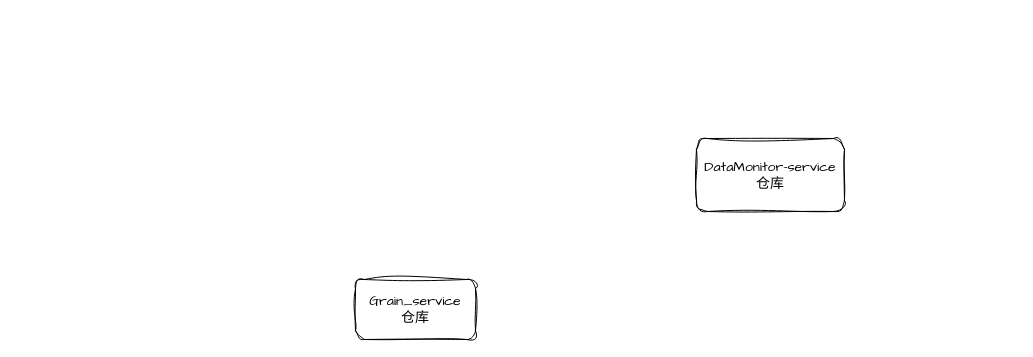
Earlier version of the draw.io diagram drawio_folder/后端与算法对接.drawio (jinxianwei/drawio). Source tidied: cells renumbered, new cells numbered last; positions are measured from the earlier drawing's top-left corner, leaving out a move shared by most shapes. Both pictures are drawn from the tidied source at 100%, with x=0, y=0 at pixel (355, 138).
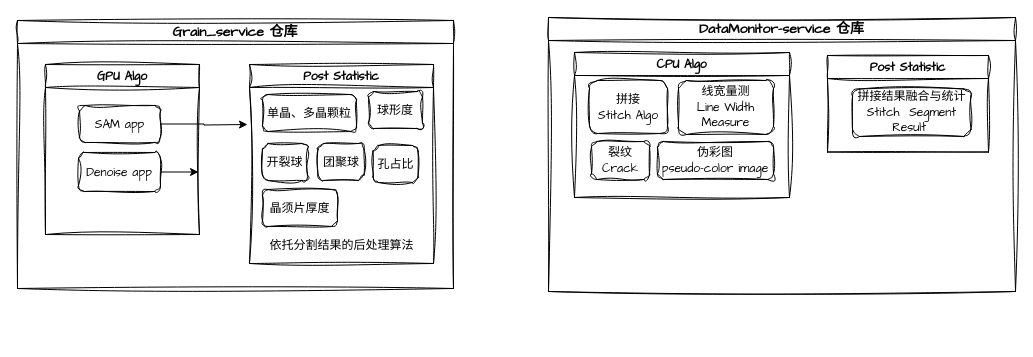
The same page after the edit.

Commit message:
更新后端与算法对接.drawio

Change to the diagram source:
```diff
@@
-    <mxCell id="2" value="&lt;font face=&quot;Comic Sans MS&quot; style=&quot;font-size: 14px;&quot;&gt;Grain_service&lt;/font&gt;&lt;div&gt;&lt;font face=&quot;Comic Sans MS&quot; style=&quot;font-size: 14px;&quot;&gt;仓库&lt;/font&gt;&lt;/div&gt;" style="rounded=1;whiteSpace=wrap;html=1;sketch=1;curveFitting=1;jiggle=2;" parent="1" vertex="1">
-      <mxGeometry y="141" width="120" height="60" as="geometry" />
+    <mxCell id="2" value="&lt;font face=&quot;Comic Sans MS&quot; style=&quot;font-size: 14px;&quot;&gt;Grain_service 仓库&lt;/font&gt;" style="swimlane;whiteSpace=wrap;html=1;sketch=1;curveFitting=1;jiggle=2;" parent="1" vertex="1">
+      <mxGeometry x="-338" y="-118" width="436" height="268" as="geometry" />
     </mxCell>
+    <mxCell id="4" value="&lt;font face=&quot;Comic Sans MS&quot;&gt;GPU Algo&lt;/font&gt;" style="swimlane;whiteSpace=wrap;html=1;sketch=1;curveFitting=1;jiggle=2;" parent="2" vertex="1">
+      <mxGeometry x="28" y="44" width="154" height="170" as="geometry" />
+    </mxCell>
+    <mxCell id="5" style="edgeStyle=orthogonalEdgeStyle;rounded=0;jettySize=auto;html=1;exitX=1;exitY=0.5;exitDx=0;exitDy=0;" parent="4" edge="1" source="6">
+      <mxGeometry relative="1" as="geometry">
+        <mxPoint x="202" y="60" as="targetPoint" />
+      </mxGeometry>
+    </mxCell>
+    <mxCell id="6" value="&lt;font face=&quot;Comic Sans MS&quot;&gt;SAM app&lt;/font&gt;" style="rounded=1;whiteSpace=wrap;html=1;sketch=1;curveFitting=1;jiggle=2;" parent="4" vertex="1">
+      <mxGeometry x="34" y="41" width="81" height="37" as="geometry" />
+    </mxCell>
+    <mxCell id="7" style="edgeStyle=orthogonalEdgeStyle;rounded=0;jettySize=auto;html=1;exitX=1;exitY=0.5;exitDx=0;exitDy=0;" parent="4" edge="1" source="8">
+      <mxGeometry relative="1" as="geometry">
+        <mxPoint x="153" y="108" as="targetPoint" />
+      </mxGeometry>
+    </mxCell>
+    <mxCell id="8" value="&lt;font face=&quot;Comic Sans MS&quot;&gt;Denoise app&lt;/font&gt;" style="rounded=1;whiteSpace=wrap;html=1;sketch=1;curveFitting=1;jiggle=2;" parent="4" vertex="1">
+      <mxGeometry x="33" y="88" width="82" height="39" as="geometry" />
+    </mxCell>
+    <mxCell id="9" value="&lt;font face=&quot;Comic Sans MS&quot;&gt;Post Statistic&lt;/font&gt;" style="swimlane;whiteSpace=wrap;html=1;sketch=1;curveFitting=1;jiggle=2;" parent="2" vertex="1">
+      <mxGeometry x="232" y="44" width="184" height="199" as="geometry" />
+    </mxCell>
+    <mxCell id="10" value="单晶、多晶颗粒" style="rounded=1;whiteSpace=wrap;html=1;sketch=1;curveFitting=1;jiggle=2;" parent="9" vertex="1">
+      <mxGeometry x="13" y="30" width="94" height="37" as="geometry" />
+    </mxCell>
+    <mxCell id="11" value="球形度" style="rounded=1;whiteSpace=wrap;html=1;sketch=1;curveFitting=1;jiggle=2;" parent="9" vertex="1">
+      <mxGeometry x="119" y="27" width="54" height="37" as="geometry" />
+    </mxCell>
+    <mxCell id="12" value="开裂球" style="rounded=1;whiteSpace=wrap;html=1;sketch=1;curveFitting=1;jiggle=2;" parent="9" vertex="1">
+      <mxGeometry x="13" y="79" width="45" height="37" as="geometry" />
+    </mxCell>
+    <mxCell id="13" value="团聚球" style="rounded=1;whiteSpace=wrap;html=1;sketch=1;curveFitting=1;jiggle=2;" parent="9" vertex="1">
+      <mxGeometry x="68.5" y="79" width="46" height="37" as="geometry" />
+    </mxCell>
+    <mxCell id="14" value="孔占比" style="rounded=1;whiteSpace=wrap;html=1;sketch=1;curveFitting=1;jiggle=2;" parent="9" vertex="1">
+      <mxGeometry x="123.5" y="81" width="45" height="37" as="geometry" />
+    </mxCell>
+    <mxCell id="15" value="晶须片厚度" style="rounded=1;whiteSpace=wrap;html=1;sketch=1;curveFitting=1;jiggle=2;" parent="9" vertex="1">
+      <mxGeometry x="13" y="125" width="75" height="37" as="geometry" />
+    </mxCell>
+    <mxCell id="16" value="依托分割结果的后处理算法" style="text;html=1;whiteSpace=wrap;strokeColor=none;fillColor=none;align=center;verticalAlign=middle;rounded=0;" parent="9" vertex="1">
+      <mxGeometry x="12" y="166" width="161" height="30" as="geometry" />
+    </mxCell>
-    <mxCell id="3" value="&lt;font face=&quot;Comic Sans MS&quot;&gt;&lt;span style=&quot;font-size: 14px;&quot;&gt;DataMonitor-service&lt;/span&gt;&lt;/font&gt;&lt;br&gt;&lt;div&gt;&lt;font face=&quot;Comic Sans MS&quot; style=&quot;font-size: 14px;&quot;&gt;仓库&lt;/font&gt;&lt;/div&gt;" style="rounded=1;whiteSpace=wrap;html=1;sketch=1;curveFitting=1;jiggle=2;" parent="1" vertex="1">
-      <mxGeometry x="341" width="148" height="73" as="geometry" />
+    <mxCell id="3" value="&lt;font face=&quot;Comic Sans MS&quot; style=&quot;&quot;&gt;&lt;span style=&quot;font-size: 14px;&quot;&gt;DataMonitor-service&amp;nbsp;仓库&lt;/span&gt;&lt;/font&gt;" style="swimlane;whiteSpace=wrap;html=1;sketch=1;curveFitting=1;jiggle=2;" parent="1" vertex="1">
+      <mxGeometry x="193" y="-121" width="467" height="274" as="geometry" />
     </mxCell>
+    <mxCell id="17" value="&lt;font face=&quot;Comic Sans MS&quot;&gt;CPU Algo&lt;/font&gt;" style="swimlane;whiteSpace=wrap;html=1;sketch=1;curveFitting=1;jiggle=2;" parent="3" vertex="1">
+      <mxGeometry x="26" y="35" width="215" height="145" as="geometry" />
+    </mxCell>
+    <mxCell id="18" value="&lt;div&gt;&lt;font face=&quot;Comic Sans MS&quot;&gt;拼接&lt;/font&gt;&lt;/div&gt;&lt;font face=&quot;Comic Sans MS&quot;&gt;Stitch Algo&lt;/font&gt;" style="rounded=1;whiteSpace=wrap;html=1;sketch=1;curveFitting=1;jiggle=2;" parent="17" vertex="1">
+      <mxGeometry x="15" y="28" width="78" height="53" as="geometry" />
+    </mxCell>
+    <mxCell id="19" value="&lt;div&gt;&lt;font face=&quot;Comic Sans MS&quot;&gt;线宽量测&lt;/font&gt;&lt;/div&gt;&lt;font face=&quot;Comic Sans MS&quot;&gt;Line Width Measure&lt;/font&gt;" style="rounded=1;whiteSpace=wrap;html=1;sketch=1;curveFitting=1;jiggle=2;" parent="17" vertex="1">
+      <mxGeometry x="104" y="28" width="95" height="54" as="geometry" />
+    </mxCell>
+    <mxCell id="20" value="&lt;font face=&quot;Comic Sans MS&quot;&gt;裂纹&lt;/font&gt;&lt;div&gt;&lt;font face=&quot;Comic Sans MS&quot;&gt;Crack&lt;/font&gt;&lt;/div&gt;" style="rounded=1;whiteSpace=wrap;html=1;sketch=1;curveFitting=1;jiggle=2;" parent="17" vertex="1">
+      <mxGeometry x="17" y="89" width="58" height="38" as="geometry" />
+    </mxCell>
+    <mxCell id="21" value="&lt;font face=&quot;Comic Sans MS&quot;&gt;伪彩图&lt;/font&gt;&lt;div&gt;&lt;font face=&quot;Comic Sans MS&quot;&gt;pseudo-color image&lt;/font&gt;&lt;/div&gt;" style="rounded=1;whiteSpace=wrap;html=1;sketch=1;curveFitting=1;jiggle=2;" parent="17" vertex="1">
+      <mxGeometry x="83" y="89" width="116" height="38" as="geometry" />
+    </mxCell>
+    <mxCell id="22" value="&lt;font face=&quot;Comic Sans MS&quot;&gt;Post Statistic&lt;/font&gt;" style="swimlane;whiteSpace=wrap;html=1;sketch=1;curveFitting=1;jiggle=2;" parent="3" vertex="1">
+      <mxGeometry x="279" y="38" width="161" height="96.5" as="geometry" />
+    </mxCell>
+    <mxCell id="23" value="&lt;div&gt;&lt;font face=&quot;Comic Sans MS&quot;&gt;拼接结果融合与统计&lt;/font&gt;&lt;/div&gt;&lt;div&gt;&lt;span style=&quot;font-family: &amp;quot;Comic Sans MS&amp;quot;;&quot;&gt;Stitch&amp;nbsp; Segment Result&amp;nbsp;&lt;/span&gt;&lt;font face=&quot;Comic Sans MS&quot;&gt;&lt;/font&gt;&lt;/div&gt;" style="rounded=1;whiteSpace=wrap;html=1;sketch=1;curveFitting=1;jiggle=2;" parent="22" vertex="1">
+      <mxGeometry x="25" y="33.5" width="118.5" height="47.5" as="geometry" />
+    </mxCell>
```
